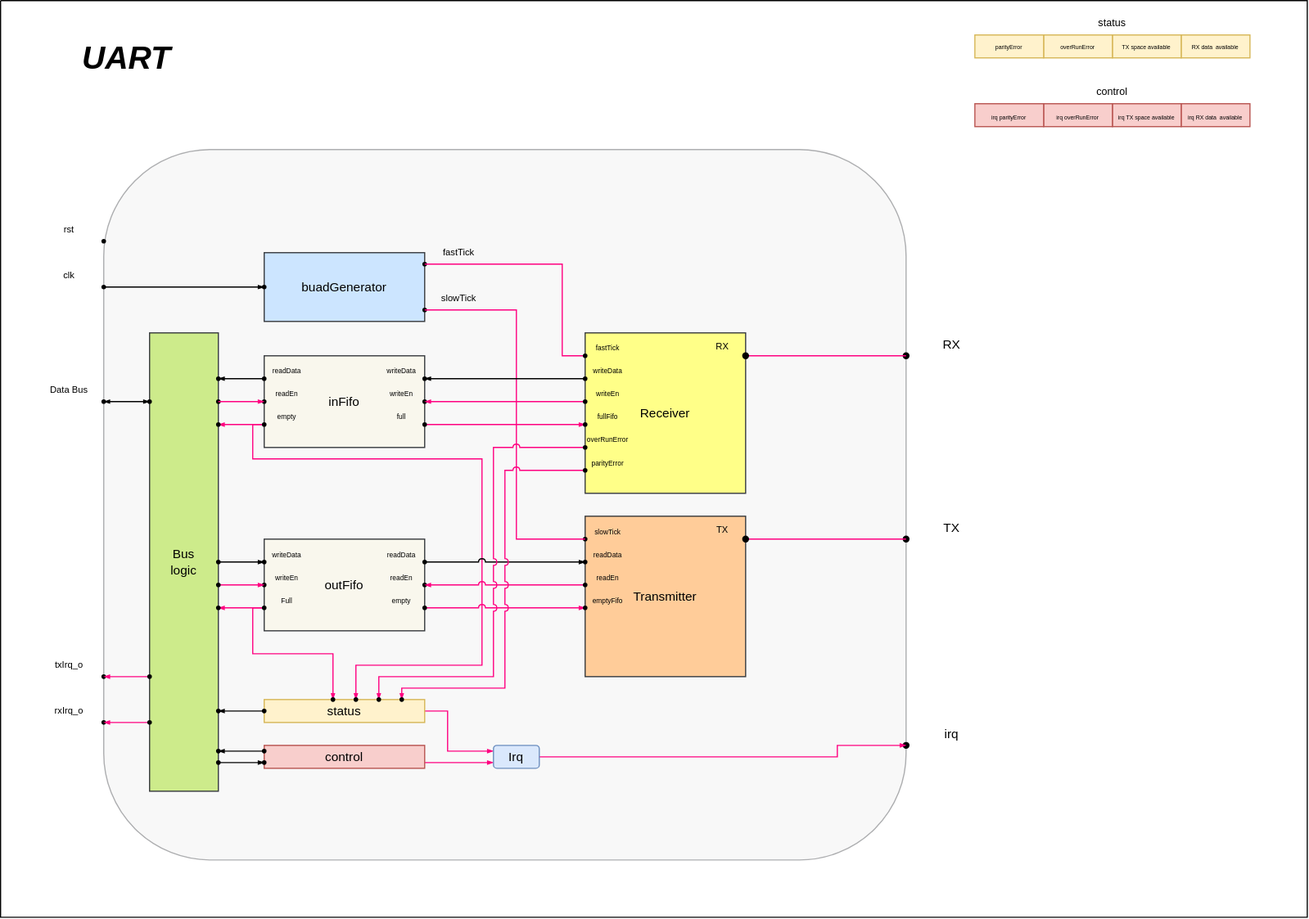
Earlier version of the draw.io export doc/schematic/UART.svg (Sarst04/UART). Source tidied: cells renumbered, new cells last; positions are measured from the earlier drawing's top-left corner, leaving out a move shared by most shapes.
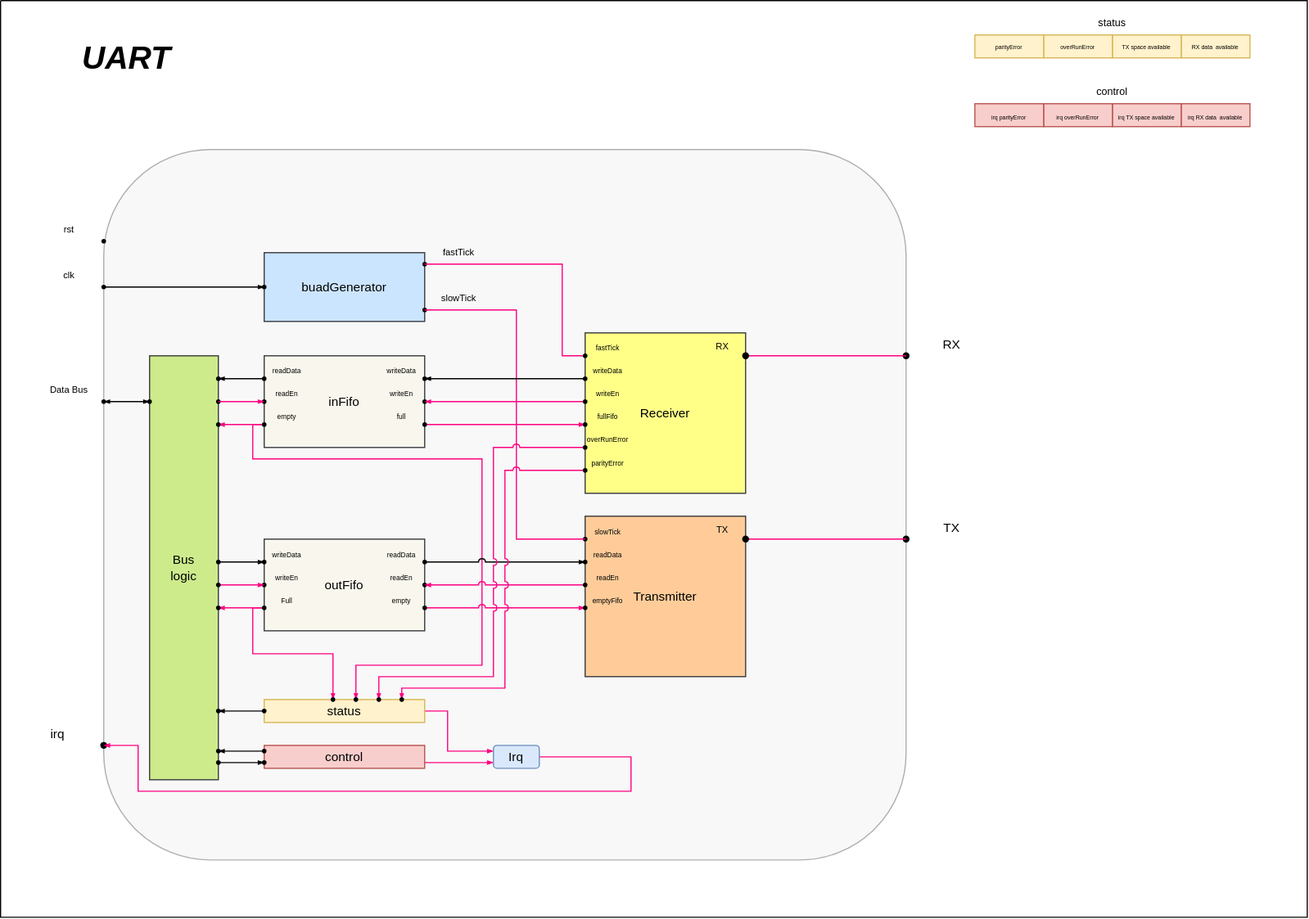
Above is the later version.

What changed in the source:
```diff
@@ -25,12 +25,6 @@
     <mxCell id="6" value="Data Bus" style="text;html=1;whiteSpace=wrap;strokeColor=none;fillColor=none;align=center;verticalAlign=middle;rounded=0;fontSize=8;" parent="1" vertex="1">
       <mxGeometry x="30" y="330" width="60" height="20" as="geometry" />
     </mxCell>
-    <mxCell id="7" style="shape=waypoint;sketch=0;size=6;points=[];fillColor=none;perimeter=centerPerimeter;snapToPoint=1;strokeWidth=0;" parent="1" vertex="1">
-      <mxGeometry x="80" y="580" width="20" height="20" as="geometry" />
-    </mxCell>
-    <mxCell id="8" value="txIrq_o" style="text;html=1;whiteSpace=wrap;strokeColor=none;fillColor=none;align=center;verticalAlign=middle;rounded=0;fontSize=8;" parent="1" vertex="1">
-      <mxGeometry x="30" y="570" width="60" height="20" as="geometry" />
-    </mxCell>
     <mxCell id="9" value="inFifo" style="whiteSpace=wrap;html=1;fontFamily=Helvetica;fontSize=11;labelBackgroundColor=none;fillColor=#f9f7ed;strokeColor=#36393d;" parent="1" vertex="1">
       <mxGeometry x="230" y="310" width="140" height="80" as="geometry" />
     </mxCell>
@@ -141,7 +135,7 @@
       <mxGeometry x="220" y="340" width="20" height="20" as="geometry" />
     </mxCell>
     <mxCell id="40" value="Bus&lt;div&gt;logic&lt;/div&gt;" style="whiteSpace=wrap;html=1;fontFamily=Helvetica;fontSize=11;labelBackgroundColor=none;fillColor=#cdeb8b;strokeColor=#36393d;" parent="1" vertex="1">
-      <mxGeometry x="130" y="290" width="60" height="400" as="geometry" />
+      <mxGeometry x="130" y="310" width="60" height="370" as="geometry" />
     </mxCell>
     <mxCell id="41" style="shape=waypoint;sketch=0;size=6;points=[];fillColor=none;perimeter=centerPerimeter;snapToPoint=1;fontFamily=Helvetica;fontSize=11;fontColor=default;labelBackgroundColor=default;strokeWidth=0;" parent="1" vertex="1">
       <mxGeometry x="360" y="340" width="20" height="20" as="geometry" />
@@ -316,27 +310,9 @@
     <mxCell id="93" style="edgeStyle=none;shape=connector;rounded=0;jettySize=auto;html=1;entryX=0.73;entryY=0.454;entryDx=0;entryDy=0;entryPerimeter=0;strokeColor=#000000;align=center;verticalAlign=middle;fontFamily=Helvetica;fontSize=11;fontColor=default;labelBackgroundColor=default;elbow=vertical;endArrow=blockThin;endFill=1;endSize=3;" parent="1" edge="1" source="79" target="36">
       <mxGeometry relative="1" as="geometry" />
     </mxCell>
-    <mxCell id="94" style="shape=waypoint;sketch=0;size=6;points=[];fillColor=none;perimeter=centerPerimeter;snapToPoint=1;strokeWidth=0;" parent="1" vertex="1">
-      <mxGeometry x="80" y="620" width="20" height="20" as="geometry" />
-    </mxCell>
-    <mxCell id="95" value="rxIrq_o" style="text;html=1;whiteSpace=wrap;strokeColor=none;fillColor=none;align=center;verticalAlign=middle;rounded=0;fontSize=8;" parent="1" vertex="1">
-      <mxGeometry x="30" y="610" width="60" height="20" as="geometry" />
-    </mxCell>
     <mxCell id="96" style="shape=waypoint;sketch=0;size=6;points=[];fillColor=none;perimeter=centerPerimeter;snapToPoint=1;strokeWidth=0;" parent="1" vertex="1">
       <mxGeometry x="120" y="340" width="20" height="20" as="geometry" />
     </mxCell>
-    <mxCell id="97" style="edgeStyle=none;shape=connector;rounded=0;jettySize=auto;html=1;strokeColor=#FF0080;align=center;verticalAlign=middle;fontFamily=Helvetica;fontSize=11;fontColor=default;labelBackgroundColor=default;elbow=vertical;endArrow=blockThin;endFill=1;endSize=3;" parent="1" edge="1" source="98" target="7">
-      <mxGeometry relative="1" as="geometry" />
-    </mxCell>
-    <mxCell id="98" style="shape=waypoint;sketch=0;size=6;points=[];fillColor=none;perimeter=centerPerimeter;snapToPoint=1;strokeWidth=0;" parent="1" vertex="1">
-      <mxGeometry x="120" y="580" width="20" height="20" as="geometry" />
-    </mxCell>
-    <mxCell id="99" style="edgeStyle=none;shape=connector;rounded=0;jettySize=auto;html=1;strokeColor=#FF0080;align=center;verticalAlign=middle;fontFamily=Helvetica;fontSize=11;fontColor=default;labelBackgroundColor=default;elbow=vertical;endArrow=blockThin;endFill=1;endSize=3;" parent="1" edge="1" source="100" target="94">
-      <mxGeometry relative="1" as="geometry" />
-    </mxCell>
-    <mxCell id="100" style="shape=waypoint;sketch=0;size=6;points=[];fillColor=none;perimeter=centerPerimeter;snapToPoint=1;strokeWidth=0;" parent="1" vertex="1">
-      <mxGeometry x="120" y="620" width="20" height="20" as="geometry" />
-    </mxCell>
     <mxCell id="101" style="shape=waypoint;sketch=0;size=6;fillColor=none;perimeter=centerPerimeter;strokeWidth=0;" parent="1" vertex="1">
       <mxGeometry x="80" y="200" width="20" height="20" as="geometry" />
     </mxCell>
@@ -433,13 +409,15 @@
       <mxGeometry x="180" y="655" width="20" height="20" as="geometry" />
     </mxCell>
     <mxCell id="127" style="shape=waypoint;sketch=0;size=6;points=[];fillColor=none;perimeter=centerPerimeter;snapToPoint=1;fontFamily=Helvetica;fontSize=11;fontColor=default;labelBackgroundColor=default;" parent="1" vertex="1">
-      <mxGeometry x="780" y="640" width="20" height="20" as="geometry" />
+      <mxGeometry x="80" y="640" width="20" height="20" as="geometry" />
     </mxCell>
     <mxCell id="128" style="edgeStyle=none;shape=connector;rounded=0;jettySize=auto;html=1;strokeColor=#FF0080;align=center;verticalAlign=middle;fontFamily=Helvetica;fontSize=11;fontColor=default;labelBackgroundColor=default;elbow=vertical;endArrow=blockThin;endFill=1;endSize=3;exitX=1;exitY=0.5;exitDx=0;exitDy=0;" parent="1" edge="1" source="129" target="127">
       <mxGeometry relative="1" as="geometry">
         <Array as="points">
-          <mxPoint x="730" y="660" />
-          <mxPoint x="730" y="650" />
+          <mxPoint x="550" y="660" />
+          <mxPoint x="550" y="690" />
+          <mxPoint x="120" y="690" />
+          <mxPoint x="120" y="650" />
         </Array>
       </mxGeometry>
     </mxCell>
@@ -453,7 +431,7 @@
       <mxGeometry x="300" y="600" width="20" height="20" as="geometry" />
     </mxCell>
     <mxCell id="132" value="irq" style="text;html=1;whiteSpace=wrap;strokeColor=none;fillColor=none;align=center;verticalAlign=middle;rounded=0;fontFamily=Helvetica;fontSize=11;fontColor=default;labelBackgroundColor=none;" parent="1" vertex="1">
-      <mxGeometry x="790" y="630" width="80" height="20" as="geometry" />
+      <mxGeometry x="10" y="630" width="80" height="20" as="geometry" />
     </mxCell>
     <mxCell id="133" value="RX data&amp;nbsp; available" style="whiteSpace=wrap;html=1;fontFamily=Helvetica;fontSize=5;labelBackgroundColor=none;fillColor=#fff2cc;strokeColor=#d6b656;" parent="1" vertex="1">
       <mxGeometry x="1030" y="30" width="60" height="20" as="geometry" />
```
